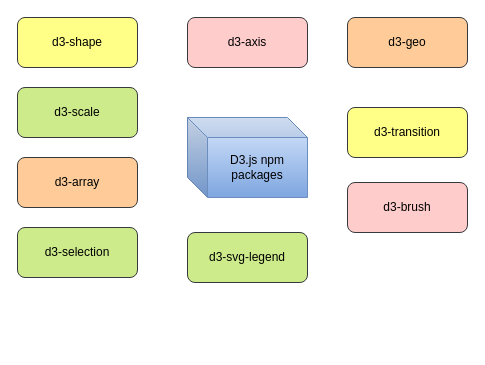
Above: page "D3 Packages" (3 of 6) of My Articles/d3/D3 Understanding.drawio in anbarasan-raji/books (draw.io), before the change. Source tidied: cells renumbered, new cells numbered last; positions are measured from the earlier drawing's top-left corner, leaving out a move shared by most shapes. Both pictures are drawn from the tidied source at 100%, with x=0, y=0 at pixel (17, 17).
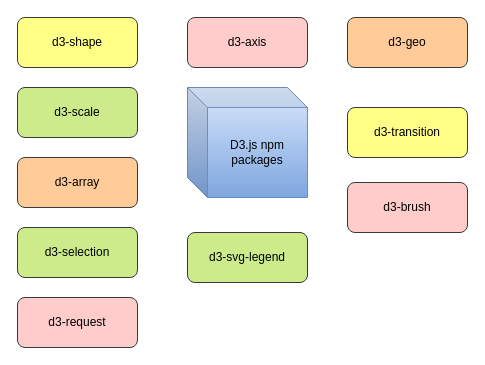
The same page after the edit.

Diff of the diagram source:
```diff
@@
 <mxGraphModel>
   <root>
     <mxCell id="0" />
     <mxCell id="1" parent="0" />
     <mxCell id="2" value="D3.js npm packages" style="shape=cube;whiteSpace=wrap;html=1;boundedLbl=1;backgroundOutline=1;darkOpacity=0.05;darkOpacity2=0.1;gradientColor=#7ea6e0;fillColor=#dae8fc;strokeColor=#6c8ebf;" parent="1" vertex="1">
-      <mxGeometry x="170" y="100" width="120" height="80" as="geometry" />
+      <mxGeometry x="170" y="70" width="120" height="110" as="geometry" />
     </mxCell>
     <mxCell id="3" value="d3-shape" style="rounded=1;whiteSpace=wrap;html=1;fillColor=#ffff88;strokeColor=#36393d;" parent="1" vertex="1">
       <mxGeometry width="120" height="50" as="geometry" />
     </mxCell>
     <mxCell id="4" value="d3-selection" style="rounded=1;whiteSpace=wrap;html=1;fillColor=#cdeb8b;strokeColor=#36393d;" parent="1" vertex="1">
       <mxGeometry y="210" width="120" height="50" as="geometry" />
     </mxCell>
     <mxCell id="5" value="d3-array" style="rounded=1;whiteSpace=wrap;html=1;fillColor=#ffcc99;strokeColor=#36393d;" parent="1" vertex="1">
       <mxGeometry y="140" width="120" height="50" as="geometry" />
     </mxCell>
     <mxCell id="6" value="d3-scale" style="rounded=1;whiteSpace=wrap;html=1;fillColor=#cdeb8b;strokeColor=#36393d;" parent="1" vertex="1">
       <mxGeometry y="70" width="120" height="50" as="geometry" />
     </mxCell>
     <mxCell id="7" value="d3-axis" style="rounded=1;whiteSpace=wrap;html=1;fillColor=#ffcccc;strokeColor=#36393d;" parent="1" vertex="1">
       <mxGeometry x="170" width="120" height="50" as="geometry" />
     </mxCell>
     <mxCell id="8" value="d3-brush" style="rounded=1;whiteSpace=wrap;html=1;fillColor=#ffcccc;strokeColor=#36393d;" parent="1" vertex="1">
       <mxGeometry x="330" y="165" width="120" height="50" as="geometry" />
     </mxCell>
     <mxCell id="9" value="d3-geo" style="rounded=1;whiteSpace=wrap;html=1;fillColor=#ffcc99;strokeColor=#36393d;" parent="1" vertex="1">
       <mxGeometry x="330" width="120" height="50" as="geometry" />
     </mxCell>
     <mxCell id="10" value="d3-transition" style="rounded=1;whiteSpace=wrap;html=1;fillColor=#ffff88;strokeColor=#36393d;" parent="1" vertex="1">
       <mxGeometry x="330" y="90" width="120" height="50" as="geometry" />
     </mxCell>
     <mxCell id="11" value="d3-svg-legend" style="rounded=1;whiteSpace=wrap;html=1;fillColor=#cdeb8b;strokeColor=#36393d;" parent="1" vertex="1">
       <mxGeometry x="170" y="215" width="120" height="50" as="geometry" />
     </mxCell>
+    <mxCell id="12" value="d3-request" style="rounded=1;whiteSpace=wrap;html=1;fillColor=#ffcccc;strokeColor=#36393d;" parent="1" vertex="1">
+      <mxGeometry y="280" width="120" height="50" as="geometry" />
+    </mxCell>
   </root>
 </mxGraphModel>
```
